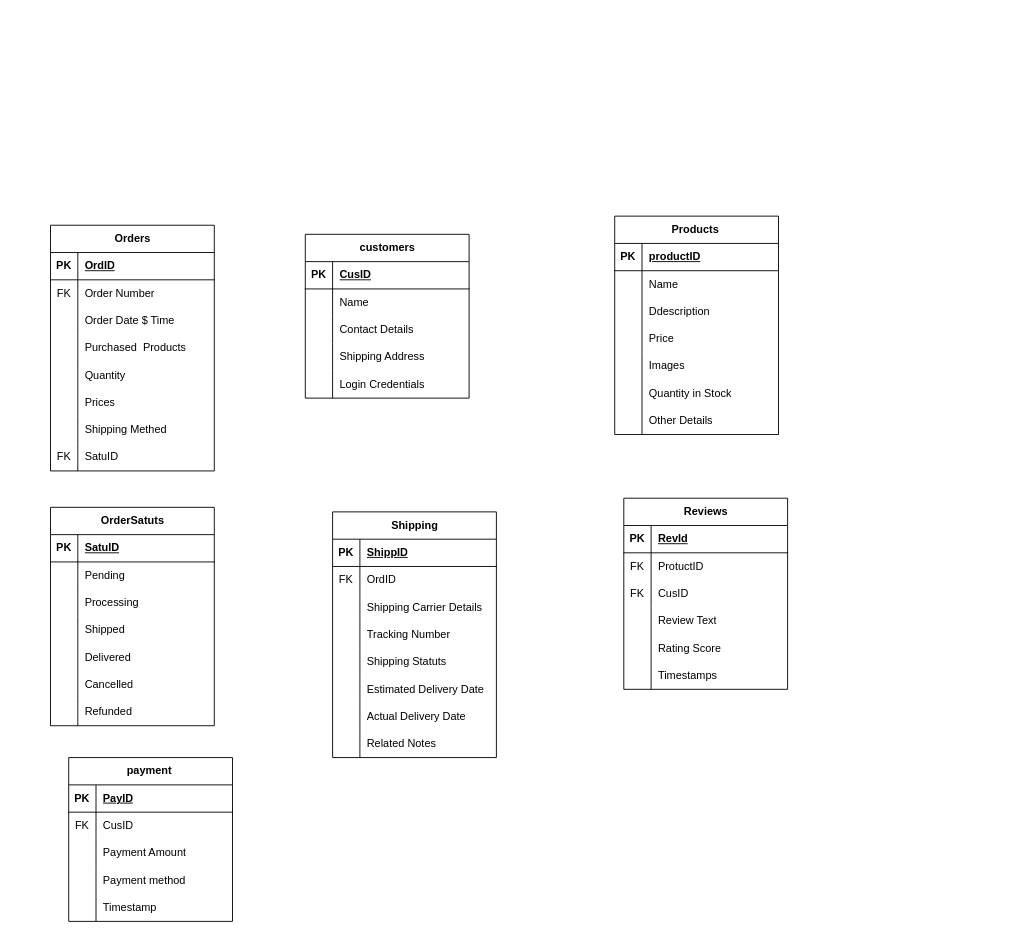
The draw.io diagram OnlingStore.drawio in azizadiab/DataBase, before the edit. Source tidied: cells renumbered, new cells numbered last; positions are measured from the earlier drawing's top-left corner, leaving out a move shared by most shapes. Both pictures are drawn from the tidied source at 91%, with x=0, y=0 at pixel (50, 216).
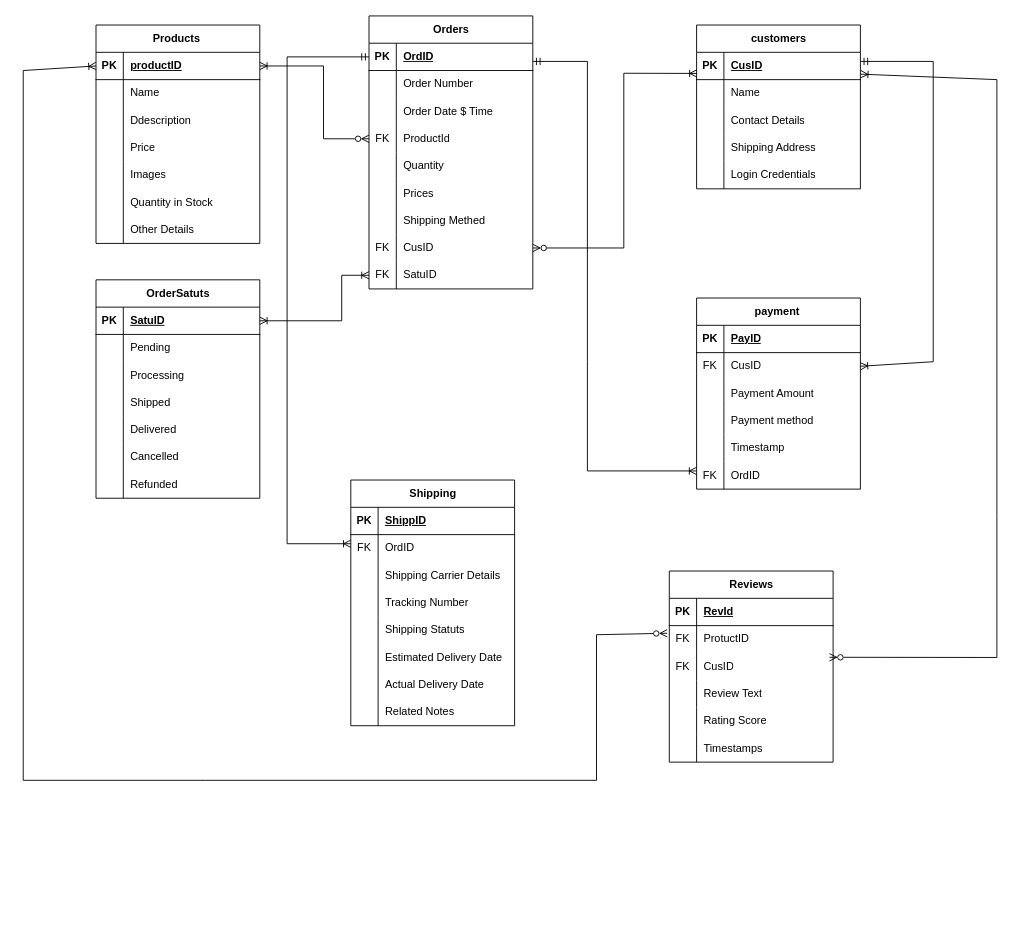
Above is the later version.

Unchanged cells that the change refers to:
```xml
<mxCell id="3" style="shape=tableRow;horizontal=0;startSize=0;swimlaneHead=0;swimlaneBody=0;fillColor=none;points=[[0,0.5],[1,0.5]];portConstraint=eastwest;top=0;left=0;right=0;bottom=1;" parent="2" vertex="1">
  <mxGeometry y="30" width="180" height="30" as="geometry" />
</mxCell>
<mxCell id="25" style="shape=tableRow;horizontal=0;startSize=0;swimlaneHead=0;swimlaneBody=0;fillColor=none;points=[[0,0.5],[1,0.5]];portConstraint=eastwest;top=0;left=0;right=0;bottom=1;" parent="24" vertex="1">
  <mxGeometry y="30" width="180" height="30" as="geometry" />
</mxCell>
<mxCell id="41" style="shape=tableRow;horizontal=0;startSize=0;swimlaneHead=0;swimlaneBody=0;fillColor=none;points=[[0,0.5],[1,0.5]];portConstraint=eastwest;top=0;left=0;right=0;bottom=1;" parent="40" vertex="1">
  <mxGeometry y="30" width="180" height="30" as="geometry" />
</mxCell>
<mxCell id="44" style="shape=tableRow;horizontal=0;startSize=0;swimlaneHead=0;swimlaneBody=0;fillColor=none;top=0;left=0;right=0;bottom=0;" parent="40" vertex="1">
  <mxGeometry y="60" width="180" height="30" as="geometry" />
</mxCell>
<mxCell id="50" style="shape=tableRow;horizontal=0;startSize=0;swimlaneHead=0;swimlaneBody=0;fillColor=none;points=[[0,0.5],[1,0.5]];portConstraint=eastwest;top=0;left=0;right=0;bottom=0;" parent="40" vertex="1">
  <mxGeometry y="120" width="180" height="30" as="geometry" />
</mxCell>
<mxCell id="62" style="shape=tableRow;horizontal=0;startSize=0;swimlaneHead=0;swimlaneBody=0;fillColor=none;points=[[0,0.5],[1,0.5]];portConstraint=eastwest;top=0;left=0;right=0;bottom=0;" parent="40" vertex="1">
  <mxGeometry y="240" width="180" height="30" as="geometry" />
</mxCell>
<mxCell id="66" style="shape=tableRow;horizontal=0;startSize=0;swimlaneHead=0;swimlaneBody=0;fillColor=none;points=[[0,0.5],[1,0.5]];portConstraint=eastwest;top=0;left=0;right=0;bottom=1;" parent="65" vertex="1">
  <mxGeometry y="30" width="180" height="30" as="geometry" />
</mxCell>
<mxCell id="91" style="shape=tableRow;horizontal=0;startSize=0;swimlaneHead=0;swimlaneBody=0;fillColor=none;points=[[0,0.5],[1,0.5]];portConstraint=eastwest;top=0;left=0;right=0;bottom=0;" parent="87" vertex="1">
  <mxGeometry y="60" width="180" height="30" as="geometry" />
</mxCell>
<mxCell id="132" style="shape=tableRow;horizontal=0;startSize=0;swimlaneHead=0;swimlaneBody=0;fillColor=none;points=[[0,0.5],[1,0.5]];portConstraint=eastwest;top=0;left=0;right=0;bottom=0;" parent="128" vertex="1">
  <mxGeometry y="60" width="180" height="30" as="geometry" />
</mxCell>
<mxCell id="135" style="shape=tableRow;horizontal=0;startSize=0;swimlaneHead=0;swimlaneBody=0;fillColor=none;points=[[0,0.5],[1,0.5]];portConstraint=eastwest;top=0;left=0;right=0;bottom=0;" parent="128" vertex="1">
  <mxGeometry y="90" width="180" height="30" as="geometry" />
</mxCell>
```

What changed in the source:
```diff
@@
     <mxCell id="2" value="Products&amp;nbsp;" style="shape=table;startSize=30;childLayout=tableLayout;rowLines=0;fontStyle=1;align=center;html=1;" parent="1" vertex="1">
-      <mxGeometry x="620" width="180" height="240" as="geometry" />
+      <mxGeometry x="50" y="-210" width="180" height="240" as="geometry" />
     </mxCell>
@@
     <mxCell id="24" value="customers" style="shape=table;startSize=30;childLayout=tableLayout;rowLines=0;fontStyle=1;align=center;html=1;" parent="1" vertex="1">
-      <mxGeometry x="280" y="20" width="180" height="180" as="geometry" />
+      <mxGeometry x="710" y="-210" width="180" height="180" as="geometry" />
     </mxCell>
@@
     <mxCell id="40" value="Orders" style="shape=table;startSize=30;childLayout=tableLayout;rowLines=0;fontStyle=1;align=center;html=1;" parent="1" vertex="1">
-      <mxGeometry y="10" width="180" height="270" as="geometry" />
+      <mxGeometry x="350" y="-220" width="180" height="300" as="geometry" />
     </mxCell>
@@
-    <mxCell id="45" value="FK" style="shape=partialRectangle;fillColor=none;top=0;left=0;bottom=0;right=0;overflow=hidden;whiteSpace=wrap;html=1;" parent="44" vertex="1">
+    <mxCell id="45" style="shape=partialRectangle;fillColor=none;top=0;left=0;bottom=0;right=0;overflow=hidden;whiteSpace=wrap;html=1;" parent="44" vertex="1">
       <mxGeometry width="30" height="30" as="geometry" />
     </mxCell>
@@
-    <mxCell id="51" style="shape=partialRectangle;fillColor=none;top=0;left=0;bottom=0;right=0;overflow=hidden;whiteSpace=wrap;html=1;" parent="50" vertex="1">
+    <mxCell id="51" value="FK" style="shape=partialRectangle;fillColor=none;top=0;left=0;bottom=0;right=0;overflow=hidden;whiteSpace=wrap;html=1;" parent="50" vertex="1">
       <mxGeometry width="30" height="30" as="geometry" />
     </mxCell>
-    <mxCell id="52" value="Purchased&amp;nbsp; Products" style="shape=partialRectangle;fillColor=none;top=0;left=0;bottom=0;right=0;align=left;spacingLeft=6;overflow=hidden;whiteSpace=wrap;html=1;" parent="50" vertex="1">
+    <mxCell id="52" value="ProductId" style="shape=partialRectangle;fillColor=none;top=0;left=0;bottom=0;right=0;align=left;spacingLeft=6;overflow=hidden;whiteSpace=wrap;html=1;" parent="50" vertex="1">
       <mxGeometry x="30" width="150" height="30" as="geometry" />
     </mxCell>
@@
-    <mxCell id="64" value="SatuID" style="shape=partialRectangle;fillColor=none;top=0;left=0;bottom=0;right=0;align=left;spacingLeft=6;overflow=hidden;whiteSpace=wrap;html=1;" parent="62" vertex="1">
+    <mxCell id="64" value="CusID" style="shape=partialRectangle;fillColor=none;top=0;left=0;bottom=0;right=0;align=left;spacingLeft=6;overflow=hidden;whiteSpace=wrap;html=1;" parent="62" vertex="1">
       <mxGeometry x="30" width="150" height="30" as="geometry" />
     </mxCell>
+    <mxCell id="147" style="shape=tableRow;horizontal=0;startSize=0;swimlaneHead=0;swimlaneBody=0;fillColor=none;points=[[0,0.5],[1,0.5]];portConstraint=eastwest;top=0;left=0;right=0;bottom=0;" parent="40" vertex="1">
+      <mxGeometry y="270" width="180" height="30" as="geometry" />
+    </mxCell>
+    <mxCell id="148" value="FK" style="shape=partialRectangle;fillColor=none;top=0;left=0;bottom=0;right=0;overflow=hidden;whiteSpace=wrap;html=1;" parent="147" vertex="1">
+      <mxGeometry width="30" height="30" as="geometry" />
+    </mxCell>
+    <mxCell id="149" value="SatuID" style="shape=partialRectangle;fillColor=none;top=0;left=0;bottom=0;right=0;align=left;spacingLeft=6;overflow=hidden;whiteSpace=wrap;html=1;" parent="147" vertex="1">
+      <mxGeometry x="30" width="150" height="30" as="geometry" />
+    </mxCell>
     <mxCell id="65" value="OrderSatuts" style="shape=table;startSize=30;childLayout=tableLayout;rowLines=0;fontStyle=1;align=center;html=1;" parent="1" vertex="1">
-      <mxGeometry y="320" width="180" height="240" as="geometry" />
+      <mxGeometry x="50" y="70" width="180" height="240" as="geometry" />
     </mxCell>
@@
     <mxCell id="87" value="payment&amp;nbsp;" style="shape=table;startSize=30;childLayout=tableLayout;rowLines=0;fontStyle=1;align=center;html=1;" parent="1" vertex="1">
-      <mxGeometry x="20" y="595" width="180" height="180" as="geometry" />
+      <mxGeometry x="710" y="90" width="180" height="210" as="geometry" />
     </mxCell>
@@
+    <mxCell id="150" style="shape=tableRow;horizontal=0;startSize=0;swimlaneHead=0;swimlaneBody=0;fillColor=none;top=0;left=0;right=0;bottom=0;" parent="87" vertex="1">
+      <mxGeometry y="180" width="180" height="30" as="geometry" />
+    </mxCell>
+    <mxCell id="151" value="FK" style="shape=partialRectangle;fillColor=none;top=0;left=0;bottom=0;right=0;overflow=hidden;whiteSpace=wrap;html=1;" parent="150" vertex="1">
+      <mxGeometry width="30" height="30" as="geometry" />
+    </mxCell>
+    <mxCell id="152" value="OrdID" style="shape=partialRectangle;fillColor=none;top=0;left=0;bottom=0;right=0;align=left;spacingLeft=6;overflow=hidden;whiteSpace=wrap;html=1;" parent="150" vertex="1">
+      <mxGeometry x="30" width="150" height="30" as="geometry" />
+    </mxCell>
     <mxCell id="103" value="Shipping" style="shape=table;startSize=30;childLayout=tableLayout;rowLines=0;fontStyle=1;align=center;html=1;" parent="1" vertex="1">
-      <mxGeometry x="310" y="325" width="180" height="270" as="geometry" />
+      <mxGeometry x="330" y="290" width="180" height="270" as="geometry" />
     </mxCell>
@@
     <mxCell id="128" value="Reviews" style="shape=table;startSize=30;childLayout=tableLayout;rowLines=0;fontStyle=1;align=center;html=1;" parent="1" vertex="1">
-      <mxGeometry x="630" y="310" width="180" height="210" as="geometry" />
+      <mxGeometry x="680" y="390" width="180" height="210" as="geometry" />
     </mxCell>
@@
+    <mxCell id="153" style="endArrow=ERzeroToMany;html=1;rounded=0;entryX=0;entryY=0.5;entryDx=0;entryDy=0;endFill=0;startArrow=ERoneToMany;startFill=0;" parent="1" edge="1" source="3" target="50">
+      <mxGeometry relative="1" as="geometry">
+        <Array as="points">
+          <mxPoint x="300" y="-165" />
+          <mxPoint x="300" y="-85" />
+        </Array>
+      </mxGeometry>
+    </mxCell>
+    <mxCell id="154" style="endArrow=ERoneToMany;html=1;rounded=0;entryX=0.002;entryY=0.773;entryDx=0;entryDy=0;entryPerimeter=0;exitX=1;exitY=0.5;exitDx=0;exitDy=0;endFill=0;startArrow=ERzeroToMany;startFill=0;" parent="1" edge="1" source="62" target="25">
+      <mxGeometry relative="1" as="geometry">
+        <Array as="points">
+          <mxPoint x="630" y="35" />
+          <mxPoint x="630" y="-157" />
+        </Array>
+      </mxGeometry>
+    </mxCell>
+    <mxCell id="155" style="endArrow=ERoneToMany;html=1;rounded=0;exitX=1;exitY=0.5;exitDx=0;exitDy=0;entryX=0;entryY=0.5;entryDx=0;entryDy=0;endFill=0;startArrow=ERoneToMany;startFill=0;" parent="1" edge="1" source="66" target="147">
+      <mxGeometry relative="1" as="geometry">
+        <Array as="points">
+          <mxPoint x="320" y="115" />
+          <mxPoint x="320" y="65" />
+        </Array>
+      </mxGeometry>
+    </mxCell>
+    <mxCell id="156" style="endArrow=ERmandOne;html=1;rounded=0;exitX=1;exitY=0.5;exitDx=0;exitDy=0;entryX=1;entryY=0.333;entryDx=0;entryDy=0;entryPerimeter=0;endFill=0;startArrow=ERoneToMany;startFill=0;" parent="1" edge="1" source="91" target="25">
+      <mxGeometry relative="1" as="geometry">
+        <Array as="points">
+          <mxPoint x="970" y="160" />
+          <mxPoint x="970" y="-170" />
+        </Array>
+      </mxGeometry>
+    </mxCell>
+    <mxCell id="157" style="endArrow=ERoneToMany;html=1;rounded=0;exitX=1;exitY=0.667;exitDx=0;exitDy=0;exitPerimeter=0;endFill=0;startArrow=ERmandOne;startFill=0;" parent="1" edge="1" source="41">
+      <mxGeometry relative="1" as="geometry">
+        <mxPoint x="710" y="280" as="targetPoint" />
+        <Array as="points">
+          <mxPoint x="590" y="-170" />
+          <mxPoint x="590" y="160" />
+          <mxPoint x="590" y="280" />
+        </Array>
+      </mxGeometry>
+    </mxCell>
+    <mxCell id="158" style="endArrow=ERoneToMany;html=1;rounded=0;exitX=0;exitY=0.5;exitDx=0;exitDy=0;endFill=0;startArrow=ERmandOne;startFill=0;" parent="1" edge="1" source="41">
+      <mxGeometry relative="1" as="geometry">
+        <mxPoint x="330" y="360" as="targetPoint" />
+        <Array as="points">
+          <mxPoint x="260" y="-175" />
+          <mxPoint x="260" y="360" />
+        </Array>
+      </mxGeometry>
+    </mxCell>
+    <mxCell id="159" style="endArrow=ERzeroToMany;html=1;rounded=0;exitX=0;exitY=0.5;exitDx=0;exitDy=0;entryX=-0.013;entryY=0.28;entryDx=0;entryDy=0;entryPerimeter=0;endFill=0;startArrow=ERoneToMany;startFill=0;" parent="1" edge="1" source="3" target="132">
+      <mxGeometry relative="1" as="geometry">
+        <Array as="points">
+          <mxPoint x="-30" y="-160" />
+          <mxPoint x="-30" y="620" />
+          <mxPoint x="170" y="620" />
+          <mxPoint x="600" y="620" />
+          <mxPoint x="600" y="460" />
+        </Array>
+      </mxGeometry>
+    </mxCell>
+    <mxCell id="160" style="endArrow=ERoneToMany;html=1;rounded=0;exitX=0.978;exitY=0.16;exitDx=0;exitDy=0;exitPerimeter=0;entryX=1.002;entryY=0.8;entryDx=0;entryDy=0;entryPerimeter=0;endFill=0;startArrow=ERzeroToMany;startFill=0;" parent="1" edge="1" source="135" target="25">
+      <mxGeometry relative="1" as="geometry">
+        <Array as="points">
+          <mxPoint x="1040" y="485" />
+          <mxPoint x="1040" y="330" />
+          <mxPoint x="1040" y="-150" />
+        </Array>
+      </mxGeometry>
+    </mxCell>
```
